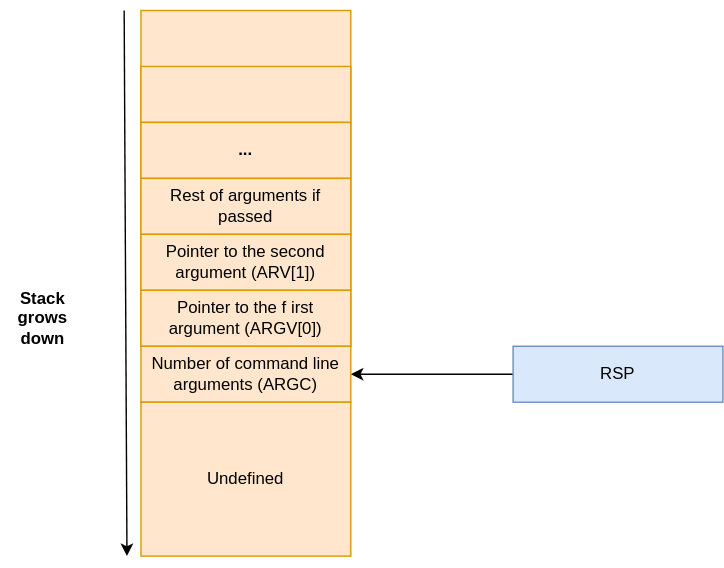
The draw.io diagram content/assets/asm-3-args-on-stack.svg in 0xAX/asm, before a commit. Source tidied: cells renumbered, new cells last; positions are measured from the earlier drawing's top-left corner, leaving out a move shared by most shapes.
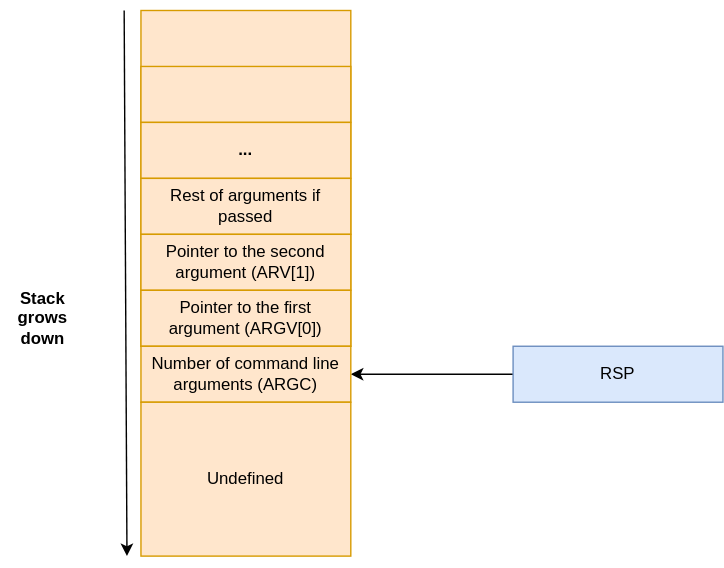
After the commit.

What changed in the source:
```diff
@@ -17,7 +17,7 @@
     <mxCell id="6" value="Pointer to the second argument (ARV[1])" style="rounded=0;whiteSpace=wrap;html=1;fillColor=#ffe6cc;strokeColor=#d79b00;" parent="1" vertex="1">
       <mxGeometry x="100" y="160" width="150" height="40" as="geometry" />
     </mxCell>
-    <mxCell id="7" value="Pointer to the f irst argument (ARGV[0])" style="rounded=0;whiteSpace=wrap;html=1;fillColor=#ffe6cc;strokeColor=#d79b00;" parent="1" vertex="1">
+    <mxCell id="7" value="Pointer to the first argument (ARGV[0])" style="rounded=0;whiteSpace=wrap;html=1;fillColor=#ffe6cc;strokeColor=#d79b00;" parent="1" vertex="1">
       <mxGeometry x="100" y="200" width="150" height="40" as="geometry" />
     </mxCell>
     <mxCell id="8" style="edgeStyle=orthogonalEdgeStyle;rounded=0;jettySize=auto;html=1;" parent="1" edge="1" source="9" target="12">
```
